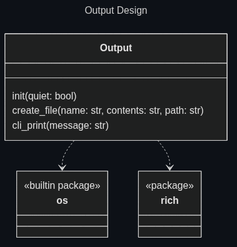
Before: docs/assets/mermaid/output_design.png, a diagram exported from Mermaid (Oldranda1414/AutoDev). Its source is kept beside it as docs/assets/src/output_design.mmd.
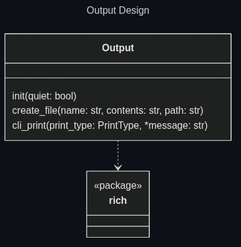
The same diagram one commit later.

What changed in the source:
```diff
@@ -8,13 +8,8 @@
         cli_print(print_type: PrintType, *message: str)
     }
 
-    class os {
-        <<builtin package>>
-    }
-
     class rich {
         <<package>>
     }
 
-    Output ..> os
     Output ..> rich
```
